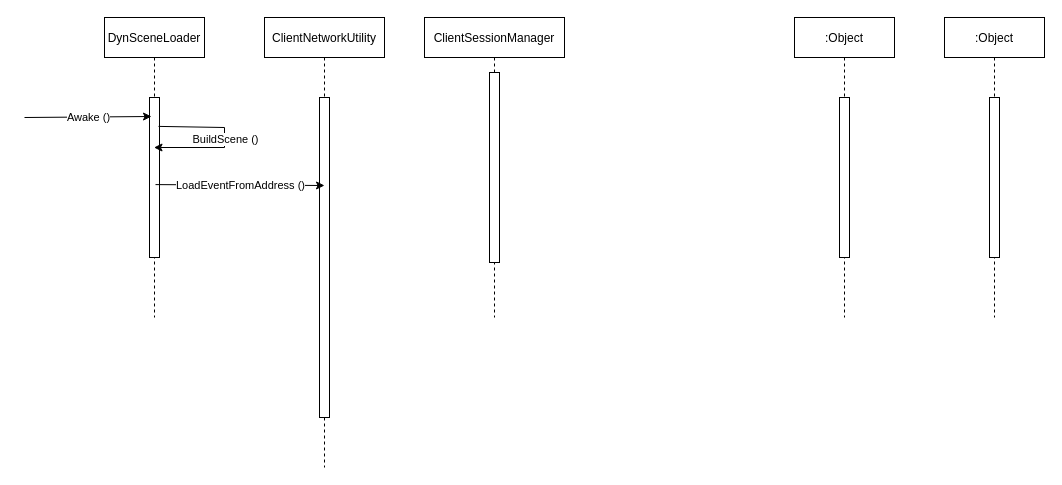
Above: Documentation/Diagrams/DrawIO/SeqDiag_LevelLoader.drawio in xrchisense/xrevent-client-unity (draw.io), before the change. Source tidied: cells renumbered, new cells numbered last; positions are measured from the earlier drawing's top-left corner, leaving out a move shared by most shapes. Both pictures are drawn from the tidied source at 100%, with x=0, y=0 at pixel (24, 17).
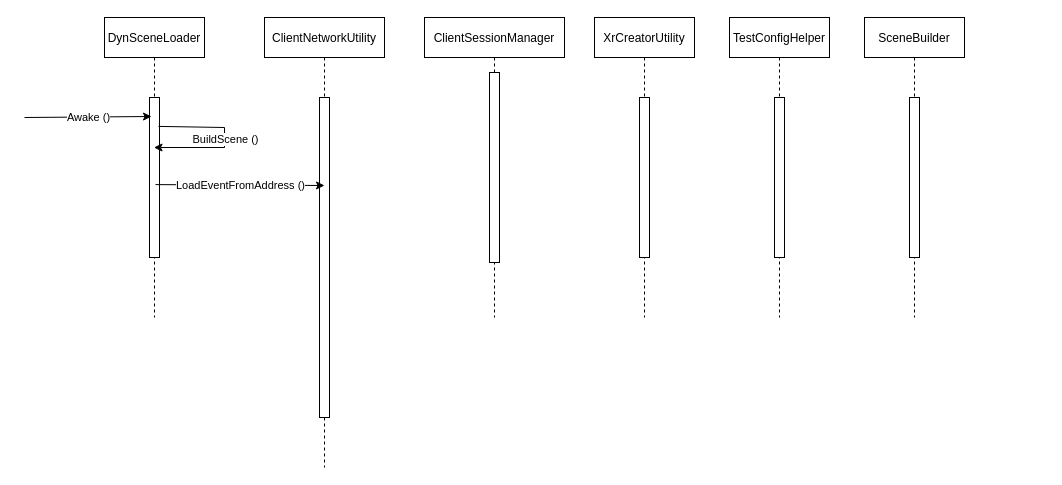
The same diagram, later.

Diff of the diagram source:
```diff
@@
-    <mxCell id="8" value=":Object" style="shape=umlLifeline;perimeter=lifelinePerimeter;rounded=0;shadow=0;strokeWidth=1;" parent="1" vertex="1">
-      <mxGeometry x="770" width="100" height="300" as="geometry" />
+    <mxCell id="8" value="XrCreatorUtility" style="shape=umlLifeline;perimeter=lifelinePerimeter;rounded=0;shadow=0;strokeWidth=1;" parent="1" vertex="1">
+      <mxGeometry x="570" width="100" height="300" as="geometry" />
     </mxCell>
@@
-    <mxCell id="10" value=":Object" style="shape=umlLifeline;perimeter=lifelinePerimeter;rounded=0;shadow=0;strokeWidth=1;" parent="1" vertex="1">
-      <mxGeometry x="920" width="100" height="300" as="geometry" />
+    <mxCell id="10" value="SceneBuilder" style="shape=umlLifeline;perimeter=lifelinePerimeter;rounded=0;shadow=0;strokeWidth=1;" parent="1" vertex="1">
+      <mxGeometry x="840" width="100" height="300" as="geometry" />
     </mxCell>
@@
+    <mxCell id="18" value="TestConfigHelper" style="shape=umlLifeline;perimeter=lifelinePerimeter;rounded=0;shadow=0;strokeWidth=1;" parent="1" vertex="1">
+      <mxGeometry x="705" width="100" height="300" as="geometry" />
+    </mxCell>
+    <mxCell id="19" style="perimeter=orthogonalPerimeter;rounded=0;shadow=0;strokeWidth=1;" parent="18" vertex="1">
+      <mxGeometry x="45" y="80" width="10" height="160" as="geometry" />
+    </mxCell>
```
